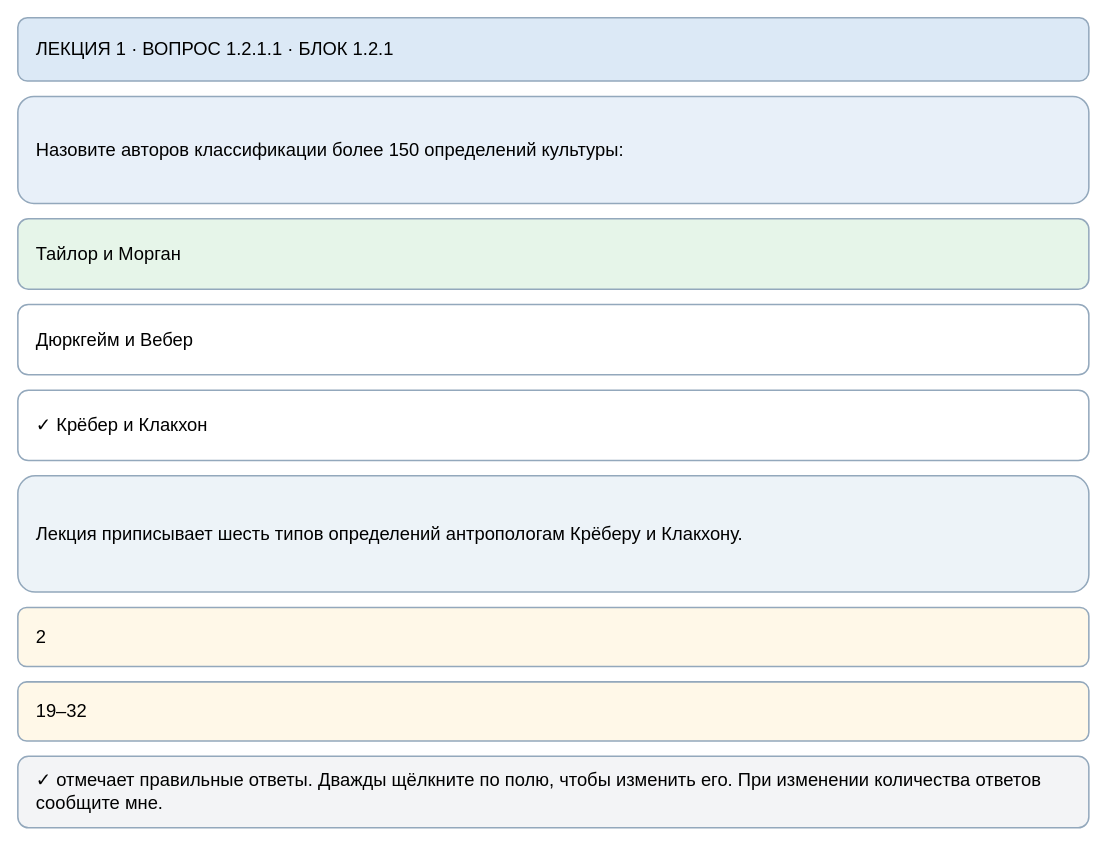
Before: page "1.2.1.1" (3 of 36) of maps/lecture-01-test-editor.drawio in slobodatablichka/apologetika-test, a draw.io diagram. Source tidied: cells renumbered, new cells numbered last; positions are measured from the earlier drawing's top-left corner, leaving out a move shared by most shapes. Both pictures are drawn from the tidied source at 102%, with x=0, y=0 at pixel (17, 17).
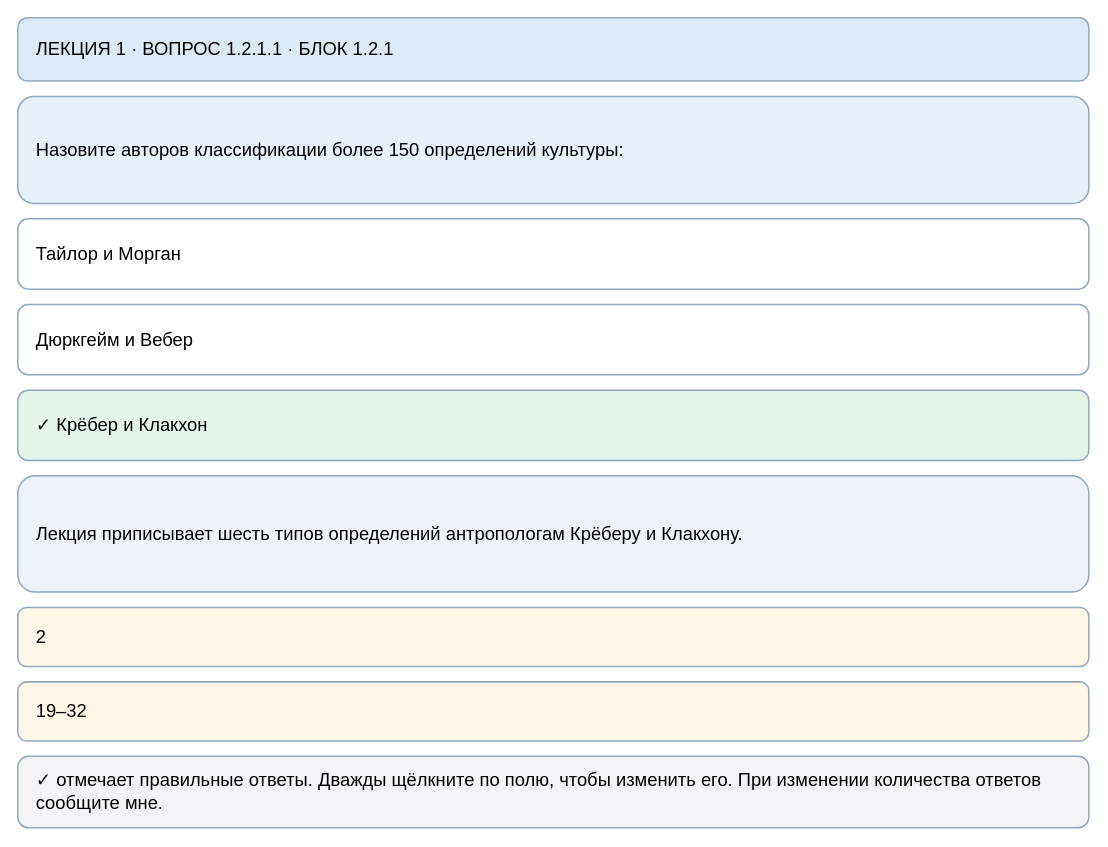
After the change.

Change to the diagram source:
```diff
@@
 <mxGraphModel>
   <root>
     <mxCell id="0" />
     <mxCell id="1" parent="0" />
     <mxCell id="2" value="ЛЕКЦИЯ 1 · ВОПРОС 1.2.1.1 · БЛОК 1.2.1" style="rounded=1;whiteSpace=wrap;html=1;align=left;verticalAlign=middle;spacingLeft=16;spacingRight=16;fontSize=18;fillColor=#dce9f6;strokeColor=#93a8bc;strokeWidth=1.5;" parent="1" vertex="1">
       <mxGeometry width="1050" height="62" as="geometry" />
     </mxCell>
     <mxCell id="3" value="Назовите авторов классификации более 150 определений культуры:" style="rounded=1;whiteSpace=wrap;html=1;align=left;verticalAlign=middle;spacingLeft=16;spacingRight=16;fontSize=18;fillColor=#e8f0f9;strokeColor=#93a8bc;strokeWidth=1.5;" parent="1" vertex="1">
       <mxGeometry y="77" width="1050" height="105" as="geometry" />
     </mxCell>
-    <mxCell id="4" value="Тайлор и Морган" style="rounded=1;whiteSpace=wrap;html=1;align=left;verticalAlign=middle;spacingLeft=16;spacingRight=16;fontSize=18;fillColor=#e6f5e9;strokeColor=#93a8bc;strokeWidth=1.5;" parent="1" vertex="1">
+    <mxCell id="4" value="Тайлор и Морган" style="rounded=1;whiteSpace=wrap;html=1;align=left;verticalAlign=middle;spacingLeft=16;spacingRight=16;fontSize=18;fillColor=#ffffff;strokeColor=#93a8bc;strokeWidth=1.5;" parent="1" vertex="1">
       <mxGeometry y="197" width="1050" height="69" as="geometry" />
     </mxCell>
     <mxCell id="5" value="Дюркгейм и Вебер" style="rounded=1;whiteSpace=wrap;html=1;align=left;verticalAlign=middle;spacingLeft=16;spacingRight=16;fontSize=18;fillColor=#ffffff;strokeColor=#93a8bc;strokeWidth=1.5;" parent="1" vertex="1">
       <mxGeometry y="281" width="1050" height="69" as="geometry" />
     </mxCell>
-    <mxCell id="6" value="✓ Крёбер и Клакхон" style="rounded=1;whiteSpace=wrap;html=1;align=left;verticalAlign=middle;spacingLeft=16;spacingRight=16;fontSize=18;fillColor=#ffffff;strokeColor=#93a8bc;strokeWidth=1.5;" parent="1" vertex="1">
+    <mxCell id="6" value="✓ Крёбер и Клакхон" style="rounded=1;whiteSpace=wrap;html=1;align=left;verticalAlign=middle;spacingLeft=16;spacingRight=16;fontSize=18;fillColor=#e6f5e9;strokeColor=#93a8bc;strokeWidth=1.5;" parent="1" vertex="1">
       <mxGeometry y="365" width="1050" height="69" as="geometry" />
     </mxCell>
     <mxCell id="7" value="Лекция приписывает шесть типов определений антропологам Крёберу и Клакхону." style="rounded=1;whiteSpace=wrap;html=1;align=left;verticalAlign=middle;spacingLeft=16;spacingRight=16;fontSize=18;fillColor=#edf3f8;strokeColor=#93a8bc;strokeWidth=1.5;" parent="1" vertex="1">
       <mxGeometry y="449" width="1050" height="114" as="geometry" />
     </mxCell>
     <mxCell id="8" value="2" style="rounded=1;whiteSpace=wrap;html=1;align=left;verticalAlign=middle;spacingLeft=16;spacingRight=16;fontSize=18;fillColor=#fff8e8;strokeColor=#93a8bc;strokeWidth=1.5;" parent="1" vertex="1">
       <mxGeometry y="578" width="1050" height="58" as="geometry" />
     </mxCell>
     <mxCell id="9" value="19–32" style="rounded=1;whiteSpace=wrap;html=1;align=left;verticalAlign=middle;spacingLeft=16;spacingRight=16;fontSize=18;fillColor=#fff8e8;strokeColor=#93a8bc;strokeWidth=1.5;" parent="1" vertex="1">
       <mxGeometry y="651" width="1050" height="58" as="geometry" />
     </mxCell>
     <mxCell id="10" value="✓ отмечает правильные ответы. Дважды щёлкните по полю, чтобы изменить его. При изменении количества ответов сообщите мне." style="rounded=1;whiteSpace=wrap;html=1;align=left;verticalAlign=middle;spacingLeft=16;spacingRight=16;fontSize=18;fillColor=#f3f4f6;strokeColor=#93a8bc;strokeWidth=1.5;" parent="1" vertex="1">
       <mxGeometry y="724" width="1050" height="70" as="geometry" />
     </mxCell>
   </root>
 </mxGraphModel>
```
